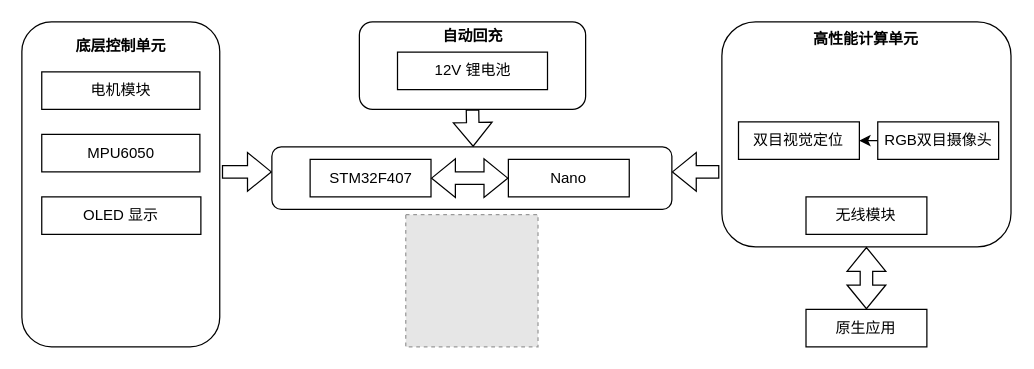
Above: 毕设硬件总体框架.drawio in gagalo123/drawIOTemp (draw.io), before the change. Source tidied: cells renumbered, new cells numbered last; positions are measured from the earlier drawing's top-left corner, leaving out a move shared by most shapes. Both pictures are drawn from the tidied source at 125%, with x=0, y=0 at pixel (21, 21). Pictures stored in the file or linked from it are replaced by grey dashed boxes.
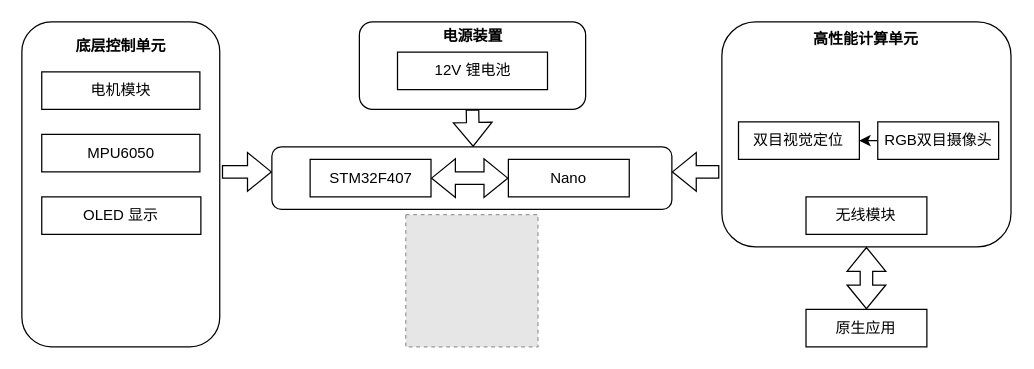
The same diagram, later.

Commit message (it also covers changes not shown here):
Update 毕设硬件总体框架.drawio

Change to the diagram source:
```diff
@@
-    <mxCell id="22" value="&lt;b&gt;&lt;font face=&quot;Comic Sans MS&quot;&gt;自动回充&lt;/font&gt;&lt;/b&gt;" style="text;html=1;strokeColor=none;fillColor=none;align=center;verticalAlign=middle;whiteSpace=wrap;rounded=0;" parent="1" vertex="1">
+    <mxCell id="22" value="&lt;b&gt;&lt;font face=&quot;Comic Sans MS&quot;&gt;电源装置&lt;/font&gt;&lt;/b&gt;" style="text;html=1;strokeColor=none;fillColor=none;align=center;verticalAlign=middle;whiteSpace=wrap;rounded=0;" parent="1" vertex="1">
       <mxGeometry x="296.5" width="128" height="24.2" as="geometry" />
     </mxCell>
```
